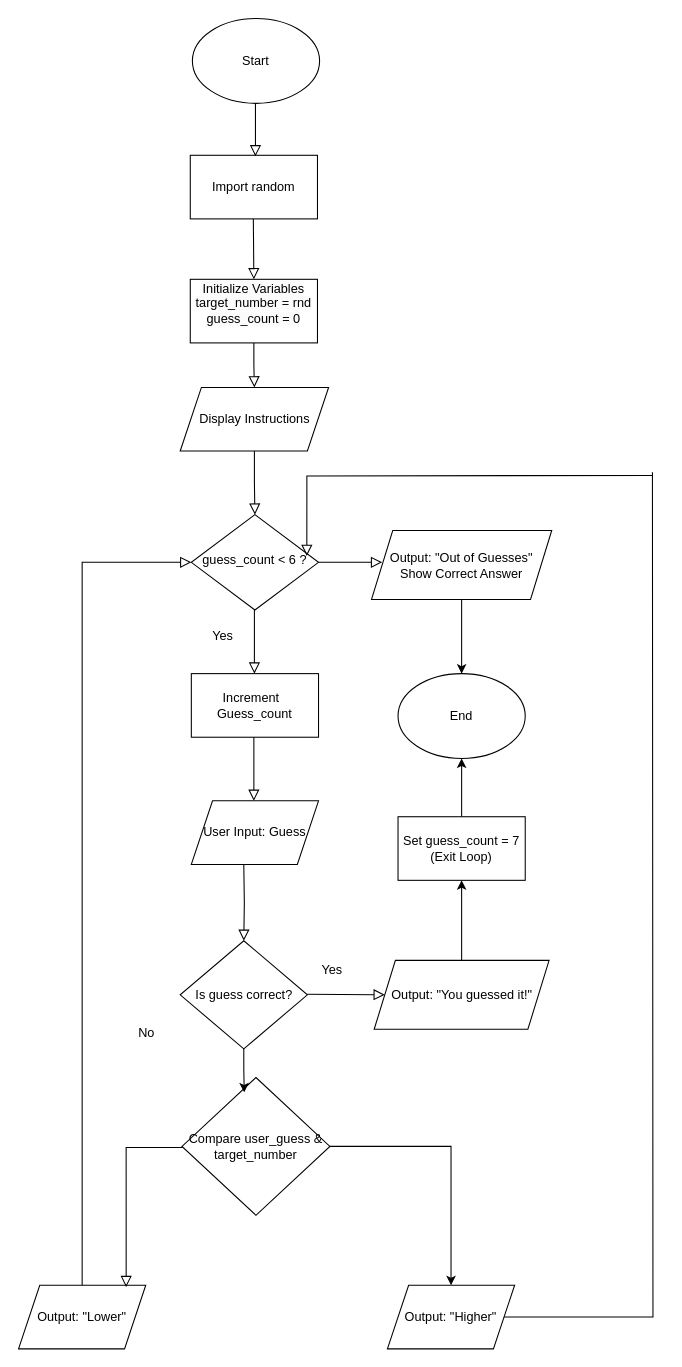
Earlier version of the draw.io diagram Untitled Diagram.drawio (RashadMussa/ICS3U_S2). Source tidied: cells renumbered, new cells numbered last; positions are measured from the earlier drawing's top-left corner, leaving out a move shared by most shapes. Both pictures are drawn from the tidied source at 106%, with x=0, y=0 at pixel (18, 18).
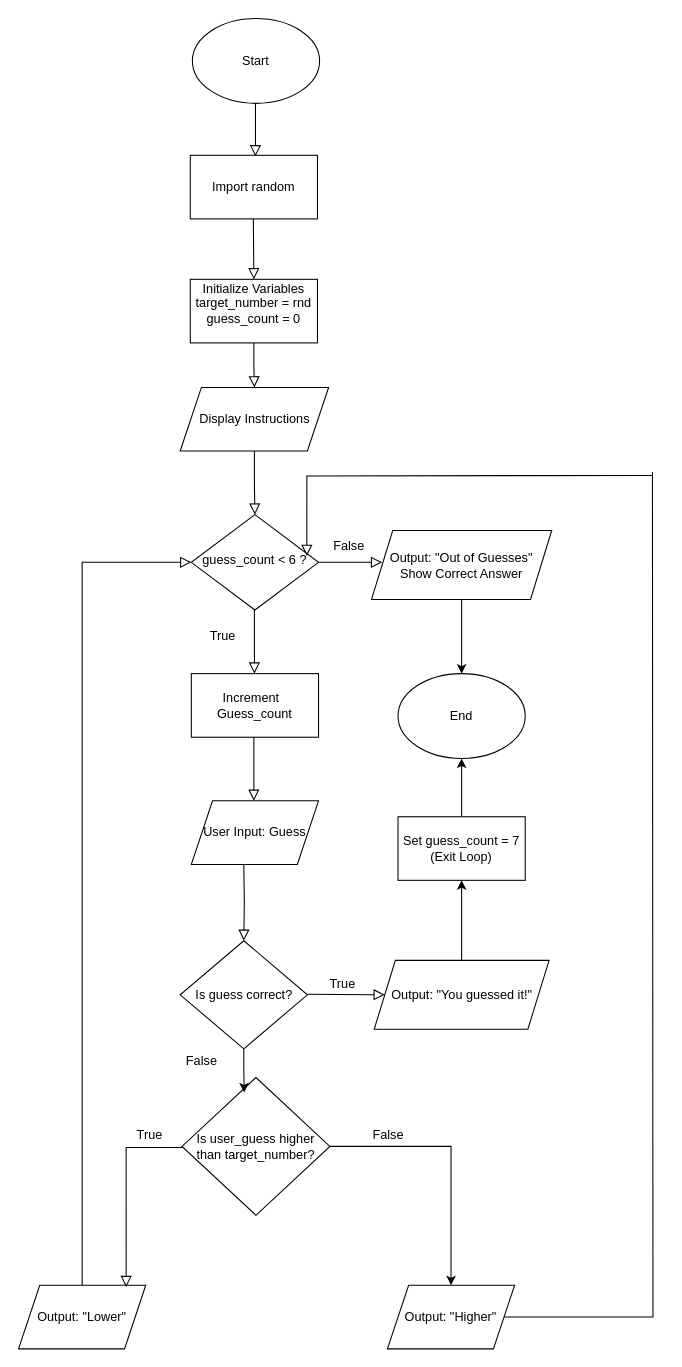
The same page after the edit.

The edit, as a diff of the source:
```diff
@@
-    <mxCell id="11" value="Yes" style="text;strokeColor=none;align=center;fillColor=none;html=1;verticalAlign=middle;whiteSpace=wrap;rounded=0;" parent="1" vertex="1">
+    <mxCell id="11" value="True" style="text;strokeColor=none;align=center;fillColor=none;html=1;verticalAlign=middle;whiteSpace=wrap;rounded=0;" parent="1" vertex="1">
       <mxGeometry x="163" y="568" width="60" height="30" as="geometry" />
     </mxCell>
@@
-    <mxCell id="18" value="Compare user_guess &amp; target_number" style="rhombus;whiteSpace=wrap;html=1;" parent="1" vertex="1">
+    <mxCell id="18" value="Is user_guess higher than target_number?" style="rhombus;whiteSpace=wrap;html=1;" parent="1" vertex="1">
       <mxGeometry x="154.2" y="999" width="139.5" height="130" as="geometry" />
     </mxCell>
@@
-    <mxCell id="34" value="Yes" style="text;strokeColor=none;align=center;fillColor=none;html=1;verticalAlign=middle;whiteSpace=wrap;rounded=0;" parent="1" vertex="1">
-      <mxGeometry x="265.5" y="883" width="60" height="30" as="geometry" />
+    <mxCell id="34" value="True" style="text;strokeColor=none;align=center;fillColor=none;html=1;verticalAlign=middle;whiteSpace=wrap;rounded=0;" parent="1" vertex="1">
+      <mxGeometry x="275.5" y="896" width="60" height="30" as="geometry" />
     </mxCell>
-    <mxCell id="35" value="No" style="text;strokeColor=none;align=center;fillColor=none;html=1;verticalAlign=middle;whiteSpace=wrap;rounded=0;" parent="1" vertex="1">
-      <mxGeometry x="91" y="942" width="60" height="30" as="geometry" />
+    <mxCell id="35" value="False" style="text;strokeColor=none;align=center;fillColor=none;html=1;verticalAlign=middle;whiteSpace=wrap;rounded=0;" parent="1" vertex="1">
+      <mxGeometry x="143" y="969" width="60" height="30" as="geometry" />
     </mxCell>
@@
+    <mxCell id="38" value="False" style="text;strokeColor=none;align=center;fillColor=none;html=1;verticalAlign=middle;whiteSpace=wrap;rounded=0;" parent="1" vertex="1">
+      <mxGeometry x="282" y="483" width="60" height="30" as="geometry" />
+    </mxCell>
+    <mxCell id="39" value="True" style="text;strokeColor=none;align=center;fillColor=none;html=1;verticalAlign=middle;whiteSpace=wrap;rounded=0;" parent="1" vertex="1">
+      <mxGeometry x="94.2" y="1039" width="60" height="30" as="geometry" />
+    </mxCell>
+    <mxCell id="40" value="False" style="text;strokeColor=none;align=center;fillColor=none;html=1;verticalAlign=middle;whiteSpace=wrap;rounded=0;" parent="1" vertex="1">
+      <mxGeometry x="319" y="1039" width="60" height="30" as="geometry" />
+    </mxCell>
```
